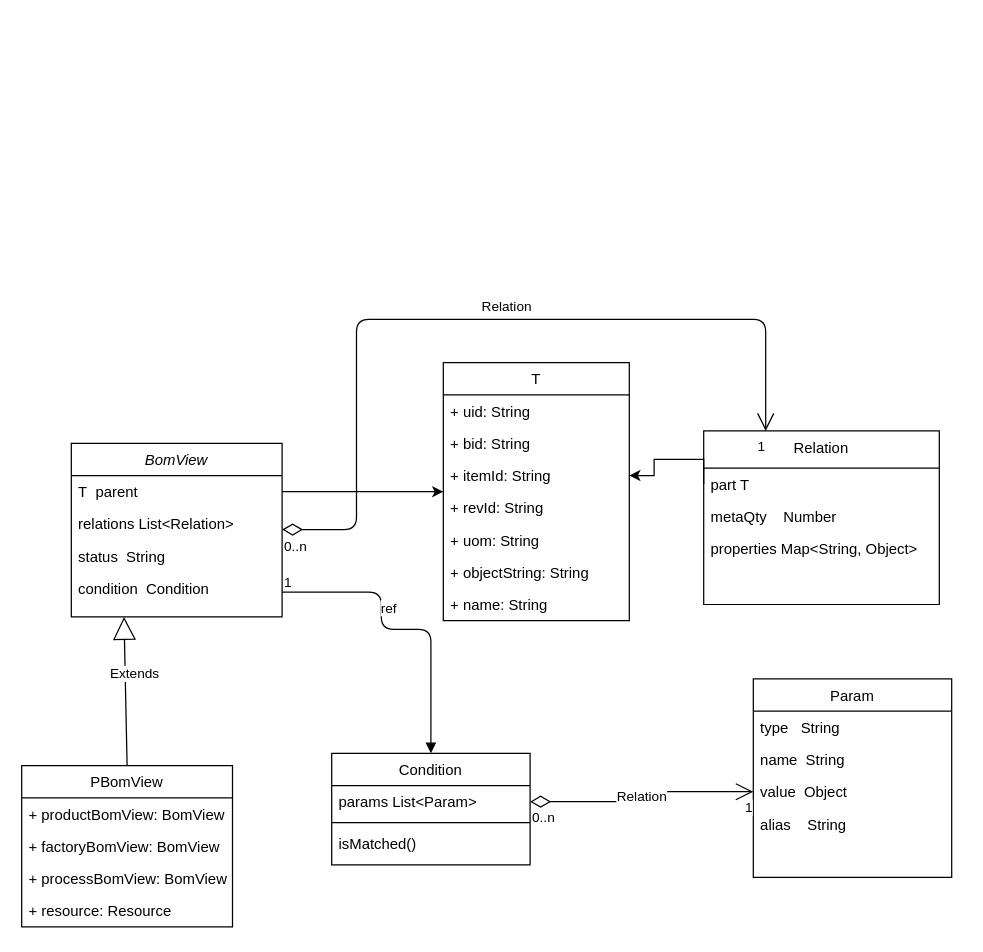
Before: XBOM.drawio in lvmq/emop, a draw.io diagram. Source tidied: cells renumbered, new cells numbered last; positions are measured from the earlier drawing's top-left corner, leaving out a move shared by most shapes. Both pictures are drawn from the tidied source at 124%, with x=0, y=0 at pixel (21, 319).
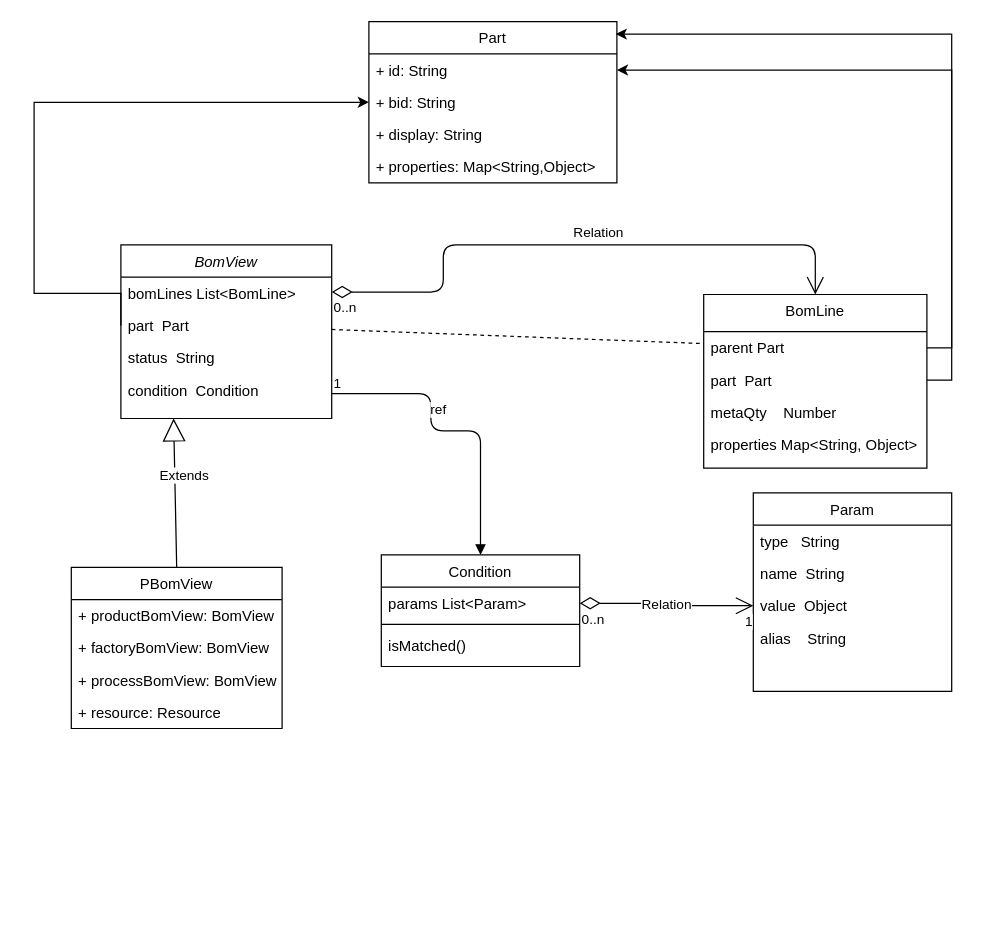
The same page after the edit.

Commit message:
调整BOM结构的定义

The edit, as a diff of the source:
```diff
@@
-    <mxCell id="2" value="T" style="swimlane;fontStyle=0;horizontal=1;startSize=26;fillColor=none;" parent="1" vertex="1">
-      <mxGeometry x="340" y="35" width="150" height="208" as="geometry" />
+    <mxCell id="2" value="Part" style="swimlane;fontStyle=0;horizontal=1;startSize=26;fillColor=none;" parent="1" vertex="1">
+      <mxGeometry x="280" y="-240" width="200" height="130" as="geometry" />
     </mxCell>
-    <mxCell id="3" value="+ uid: String&#10;" style="text;strokeColor=none;fillColor=none;align=left;verticalAlign=top;spacingLeft=4;spacingRight=4;overflow=hidden;points=[[0,0.5],[1,0.5]];portConstraint=eastwest;" parent="2" vertex="1">
-      <mxGeometry y="26" width="150" height="26" as="geometry" />
+    <mxCell id="3" value="+ id: String&#10;" style="text;strokeColor=none;fillColor=none;align=left;verticalAlign=top;spacingLeft=4;spacingRight=4;overflow=hidden;points=[[0,0.5],[1,0.5]];portConstraint=eastwest;" parent="2" vertex="1">
+      <mxGeometry y="26" width="200" height="26" as="geometry" />
     </mxCell>
     <mxCell id="4" value="+ bid: String&#10;" style="text;strokeColor=none;fillColor=none;align=left;verticalAlign=top;spacingLeft=4;spacingRight=4;overflow=hidden;" parent="2" vertex="1">
-      <mxGeometry y="52" width="150" height="26" as="geometry" />
+      <mxGeometry y="52" width="200" height="26" as="geometry" />
     </mxCell>
-    <mxCell id="5" value="+ itemId: String" style="text;strokeColor=none;fillColor=none;align=left;verticalAlign=top;spacingLeft=4;spacingRight=4;overflow=hidden;points=[[0,0.5],[1,0.5]];portConstraint=eastwest;" parent="2" vertex="1">
-      <mxGeometry y="78" width="150" height="26" as="geometry" />
+    <mxCell id="5" value="+ display: String" style="text;strokeColor=none;fillColor=none;align=left;verticalAlign=top;spacingLeft=4;spacingRight=4;overflow=hidden;points=[[0,0.5],[1,0.5]];portConstraint=eastwest;" parent="2" vertex="1">
+      <mxGeometry y="78" width="200" height="26" as="geometry" />
     </mxCell>
-    <mxCell id="6" value="+ revId: String" style="text;strokeColor=none;fillColor=none;align=left;verticalAlign=top;spacingLeft=4;spacingRight=4;overflow=hidden;" parent="2" vertex="1">
-      <mxGeometry y="104" width="150" height="26" as="geometry" />
+    <mxCell id="6" value="+ properties: Map&lt;String,Object&gt;" style="text;strokeColor=none;fillColor=none;align=left;verticalAlign=top;spacingLeft=4;spacingRight=4;overflow=hidden;" parent="2" vertex="1">
+      <mxGeometry y="104" width="200" height="26" as="geometry" />
     </mxCell>
-    <mxCell id="7" value="+ uom: String" style="text;strokeColor=none;fillColor=none;align=left;verticalAlign=top;spacingLeft=4;spacingRight=4;overflow=hidden;" parent="2" vertex="1">
-      <mxGeometry y="130" width="150" height="26" as="geometry" />
-    </mxCell>
-    <mxCell id="8" value="+ objectString: String" style="text;strokeColor=none;fillColor=none;align=left;verticalAlign=top;spacingLeft=4;spacingRight=4;overflow=hidden;" parent="2" vertex="1">
-      <mxGeometry y="156" width="150" height="26" as="geometry" />
-    </mxCell>
-    <mxCell id="9" value="+ name: String" style="text;strokeColor=none;fillColor=none;align=left;verticalAlign=top;spacingLeft=4;spacingRight=4;overflow=hidden;" parent="2" vertex="1">
-      <mxGeometry y="182" width="150" height="26" as="geometry" />
-    </mxCell>
     <mxCell id="10" value="BomView" style="swimlane;fontStyle=2;align=center;verticalAlign=top;horizontal=1;startSize=26;rounded=0;shadow=0;strokeWidth=1;" parent="1" vertex="1">
-      <mxGeometry x="40" y="100" width="170" height="140" as="geometry" />
+      <mxGeometry x="80" y="-60" width="170" height="140" as="geometry" />
     </mxCell>
+    <mxCell id="12" value="bomLines List&lt;BomLine&gt;" style="text;align=left;verticalAlign=top;spacingLeft=4;spacingRight=4;overflow=hidden;rounded=0;shadow=0;html=0;" parent="10" vertex="1">
+      <mxGeometry y="26" width="170" height="26" as="geometry" />
+    </mxCell>
-    <mxCell id="11" value="T  parent&#10;" style="text;align=left;verticalAlign=top;spacingLeft=4;spacingRight=4;overflow=hidden;points=[[0,0.5],[1,0.5]];portConstraint=eastwest;" parent="10" vertex="1">
-      <mxGeometry y="26" width="170" height="26" as="geometry" />
+    <mxCell id="11" value="part  Part&#10;" style="text;align=left;verticalAlign=top;spacingLeft=4;spacingRight=4;overflow=hidden;points=[[0,0.5],[1,0.5]];portConstraint=eastwest;" parent="10" vertex="1">
+      <mxGeometry y="52" width="170" height="26" as="geometry" />
     </mxCell>
-    <mxCell id="12" value="relations List&lt;Relation&gt;" style="text;align=left;verticalAlign=top;spacingLeft=4;spacingRight=4;overflow=hidden;rounded=0;shadow=0;html=0;" parent="10" vertex="1">
-      <mxGeometry y="52" width="170" height="26" as="geometry" />
-    </mxCell>
@@
     <mxCell id="15" value="Condition" style="swimlane;fontStyle=0;align=center;verticalAlign=top;horizontal=1;startSize=26;rounded=0;shadow=0;strokeWidth=1;" parent="1" vertex="1">
-      <mxGeometry x="250" y="350" width="160" height="90" as="geometry" />
+      <mxGeometry x="290" y="190" width="160" height="90" as="geometry" />
     </mxCell>
@@
-    <mxCell id="19" value="Relation" style="swimlane;fontStyle=0;align=center;verticalAlign=top;horizontal=1;startSize=30;rounded=0;shadow=0;strokeWidth=1;" parent="1" vertex="1">
-      <mxGeometry x="550" y="90" width="190" height="140" as="geometry" />
+    <mxCell id="19" value="BomLine" style="swimlane;fontStyle=0;align=center;verticalAlign=top;horizontal=1;startSize=30;rounded=0;shadow=0;strokeWidth=1;" parent="1" vertex="1">
+      <mxGeometry x="550" y="-20" width="180" height="140" as="geometry" />
     </mxCell>
-    <mxCell id="20" value="part T" style="text;align=left;verticalAlign=top;spacingLeft=4;spacingRight=4;overflow=hidden;points=[[0,0.5],[1,0.5]];portConstraint=eastwest;rounded=0;shadow=0;html=0;" parent="19" vertex="1">
-      <mxGeometry y="30" width="190" height="26" as="geometry" />
+    <mxCell id="20" value="parent Part" style="text;align=left;verticalAlign=top;spacingLeft=4;spacingRight=4;overflow=hidden;points=[[0,0.5],[1,0.5]];portConstraint=eastwest;rounded=0;shadow=0;html=0;" parent="19" vertex="1">
+      <mxGeometry y="30" width="180" height="26" as="geometry" />
     </mxCell>
+    <mxCell id="44" value="part  Part" style="text;align=left;verticalAlign=top;spacingLeft=4;spacingRight=4;overflow=hidden;points=[[0,0.5],[1,0.5]];portConstraint=eastwest;rounded=0;shadow=0;html=0;" parent="19" vertex="1">
+      <mxGeometry y="56" width="180" height="26" as="geometry" />
+    </mxCell>
     <mxCell id="21" value="metaQty    Number&#10;" style="text;align=left;verticalAlign=top;spacingLeft=4;spacingRight=4;overflow=hidden;rounded=0;shadow=0;html=0;" parent="19" vertex="1">
-      <mxGeometry y="56" width="190" height="26" as="geometry" />
+      <mxGeometry y="82" width="180" height="26" as="geometry" />
     </mxCell>
     <mxCell id="22" value="properties Map&lt;String, Object&gt;" style="text;align=left;verticalAlign=top;spacingLeft=4;spacingRight=4;overflow=hidden;rounded=0;shadow=0;html=0;" parent="19" vertex="1">
-      <mxGeometry y="82" width="190" height="26" as="geometry" />
+      <mxGeometry y="108" width="180" height="26" as="geometry" />
     </mxCell>
     <mxCell id="23" value="Param" style="swimlane;fontStyle=0;align=center;verticalAlign=top;horizontal=1;startSize=26;rounded=0;shadow=0;strokeWidth=1;" parent="1" vertex="1">
-      <mxGeometry x="590" y="290" width="160" height="160" as="geometry" />
+      <mxGeometry x="590" y="140" width="160" height="160" as="geometry" />
     </mxCell>
@@
-    <mxCell id="28" style="edgeStyle=orthogonalEdgeStyle;rounded=0;jettySize=auto;html=1;exitX=1;exitY=0.5;exitDx=0;exitDy=0;" parent="1" edge="1" source="11" target="2">
-      <mxGeometry relative="1" as="geometry" />
+    <mxCell id="28" style="edgeStyle=orthogonalEdgeStyle;rounded=0;jettySize=auto;html=1;exitX=0;exitY=0.5;exitDx=0;exitDy=0;" parent="1" edge="1" source="11" target="2">
+      <mxGeometry relative="1" as="geometry">
+        <Array as="points">
+          <mxPoint x="10" y="-21" />
+          <mxPoint x="10" y="-175" />
+        </Array>
+      </mxGeometry>
     </mxCell>
     <mxCell id="29" value="PBomView" style="swimlane;fontStyle=0;horizontal=1;startSize=26;fillColor=none;" parent="1" vertex="1">
-      <mxGeometry y="360" width="170" height="130" as="geometry" />
+      <mxGeometry x="40" y="200" width="170" height="130" as="geometry" />
     </mxCell>
@@
-    <mxCell id="35" value="Relation" style="endArrow=open;html=1;endSize=12;startArrow=diamondThin;startSize=14;startFill=0;edgeStyle=orthogonalEdgeStyle;" parent="1" edge="1">
+    <mxCell id="35" value="Relation" style="endArrow=open;html=1;endSize=12;startArrow=diamondThin;startSize=14;startFill=0;edgeStyle=orthogonalEdgeStyle;entryX=0.5;entryY=0;entryDx=0;entryDy=0;" parent="1" edge="1" target="19">
       <mxGeometry x="0.08" y="10" relative="1" as="geometry">
-        <mxPoint x="210" y="169.6" as="sourcePoint" />
-        <mxPoint x="600" y="90" as="targetPoint" />
+        <mxPoint x="250" y="-22" as="sourcePoint" />
         <Array as="points">
-          <mxPoint x="270" y="170" />
-          <mxPoint x="270" />
-          <mxPoint x="600" />
-          <mxPoint x="600" y="90" />
+          <mxPoint x="340" y="-22" />
+          <mxPoint x="340" y="-60" />
+          <mxPoint x="640" y="-60" />
         </Array>
       </mxGeometry>
     </mxCell>
@@
-    <mxCell id="37" value="1" style="edgeLabel;html=1;align=right;verticalAlign=top;" parent="35" vertex="1">
-      <mxGeometry x="1" relative="1" as="geometry" />
-    </mxCell>
@@
     <mxCell id="41" value="ref" style="endArrow=block;endFill=1;html=1;edgeStyle=orthogonalEdgeStyle;align=left;verticalAlign=top;entryX=0.5;entryY=0;entryDx=0;entryDy=0;" parent="1" edge="1" target="15">
       <mxGeometry x="-0.38" relative="1" as="geometry">
-        <mxPoint x="210" y="220" as="sourcePoint" />
+        <mxPoint x="250" y="60" as="sourcePoint" />
         <Array as="points">
-          <mxPoint x="290" y="220" />
-          <mxPoint x="290" y="250" />
-          <mxPoint x="330" y="250" />
+          <mxPoint x="330" y="60" />
+          <mxPoint x="330" y="90" />
+          <mxPoint x="370" y="90" />
         </Array>
       </mxGeometry>
     </mxCell>
@@
-    <mxCell id="43" style="edgeStyle=orthogonalEdgeStyle;rounded=0;jettySize=auto;html=1;exitX=0;exitY=0.5;exitDx=0;exitDy=0;entryX=1;entryY=0.5;entryDx=0;entryDy=0;" parent="1" edge="1" target="5">
-      <mxGeometry relative="1" as="geometry">
-        <mxPoint x="550" y="133" as="sourcePoint" />
-        <Array as="points">
-          <mxPoint x="550" y="113" />
-          <mxPoint x="510" y="113" />
-          <mxPoint x="510" y="126" />
-        </Array>
-      </mxGeometry>
-    </mxCell>
+    <mxCell id="45" style="edgeStyle=orthogonalEdgeStyle;rounded=0;jettySize=auto;html=1;exitX=1;exitY=0.5;exitDx=0;exitDy=0;entryX=0.995;entryY=0.077;entryDx=0;entryDy=0;entryPerimeter=0;" parent="1" edge="1" source="20" target="2">
+      <mxGeometry relative="1" as="geometry" />
+    </mxCell>
+    <mxCell id="46" style="edgeStyle=orthogonalEdgeStyle;rounded=0;jettySize=auto;html=1;exitX=1;exitY=0.5;exitDx=0;exitDy=0;entryX=1;entryY=0.5;entryDx=0;entryDy=0;" parent="1" edge="1" source="44" target="3">
+      <mxGeometry relative="1" as="geometry" />
+    </mxCell>
+    <mxCell id="47" style="endArrow=none;dashed=1;html=1;rounded=0;" parent="1" edge="1" source="11" target="20">
+      <mxGeometry relative="1" as="geometry" />
+    </mxCell>
```
